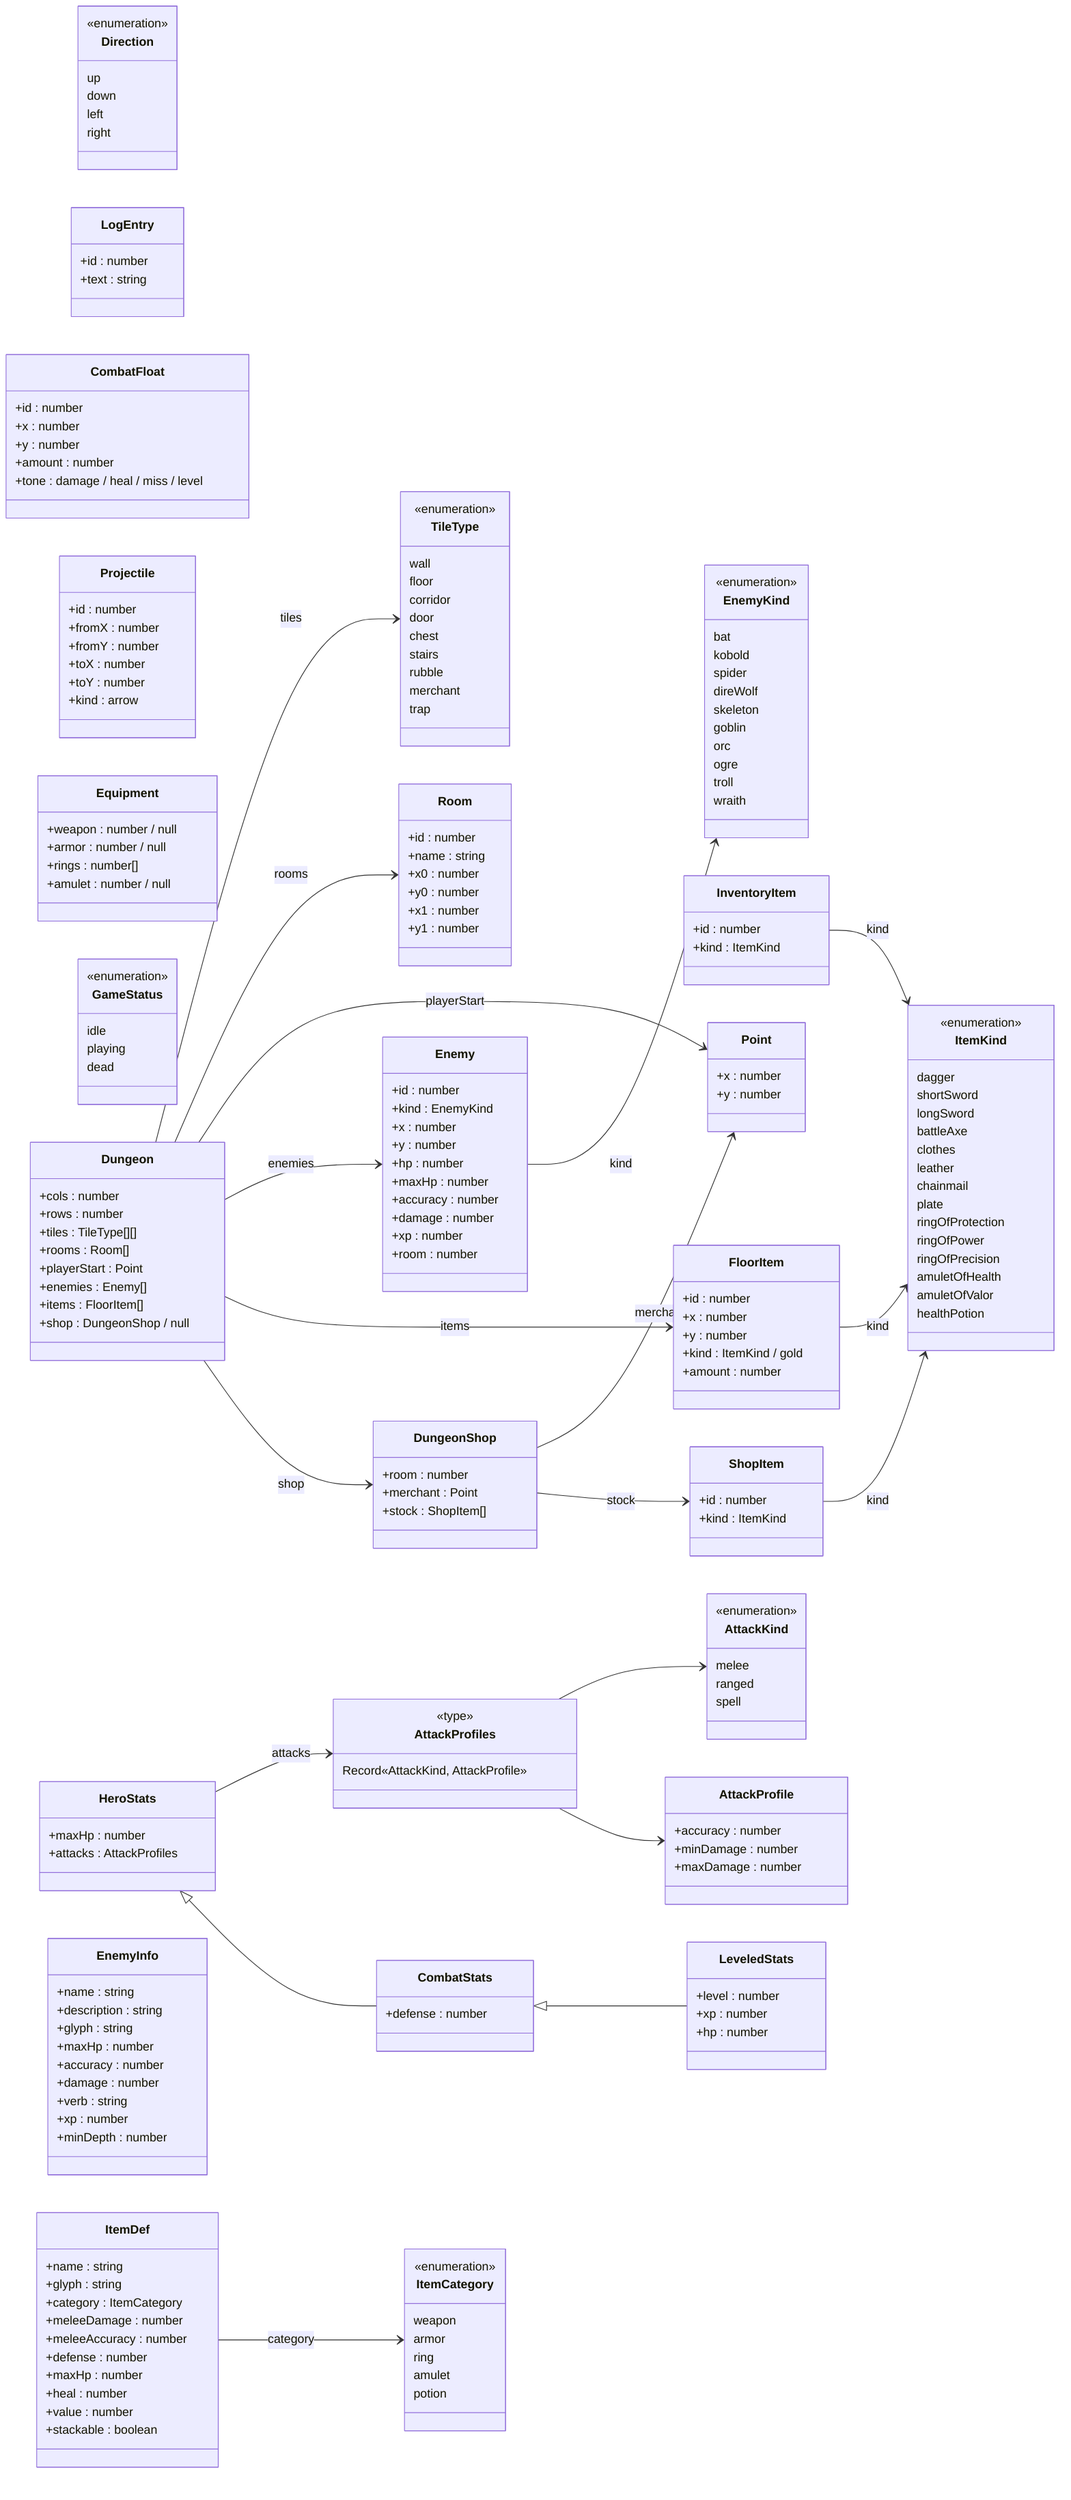
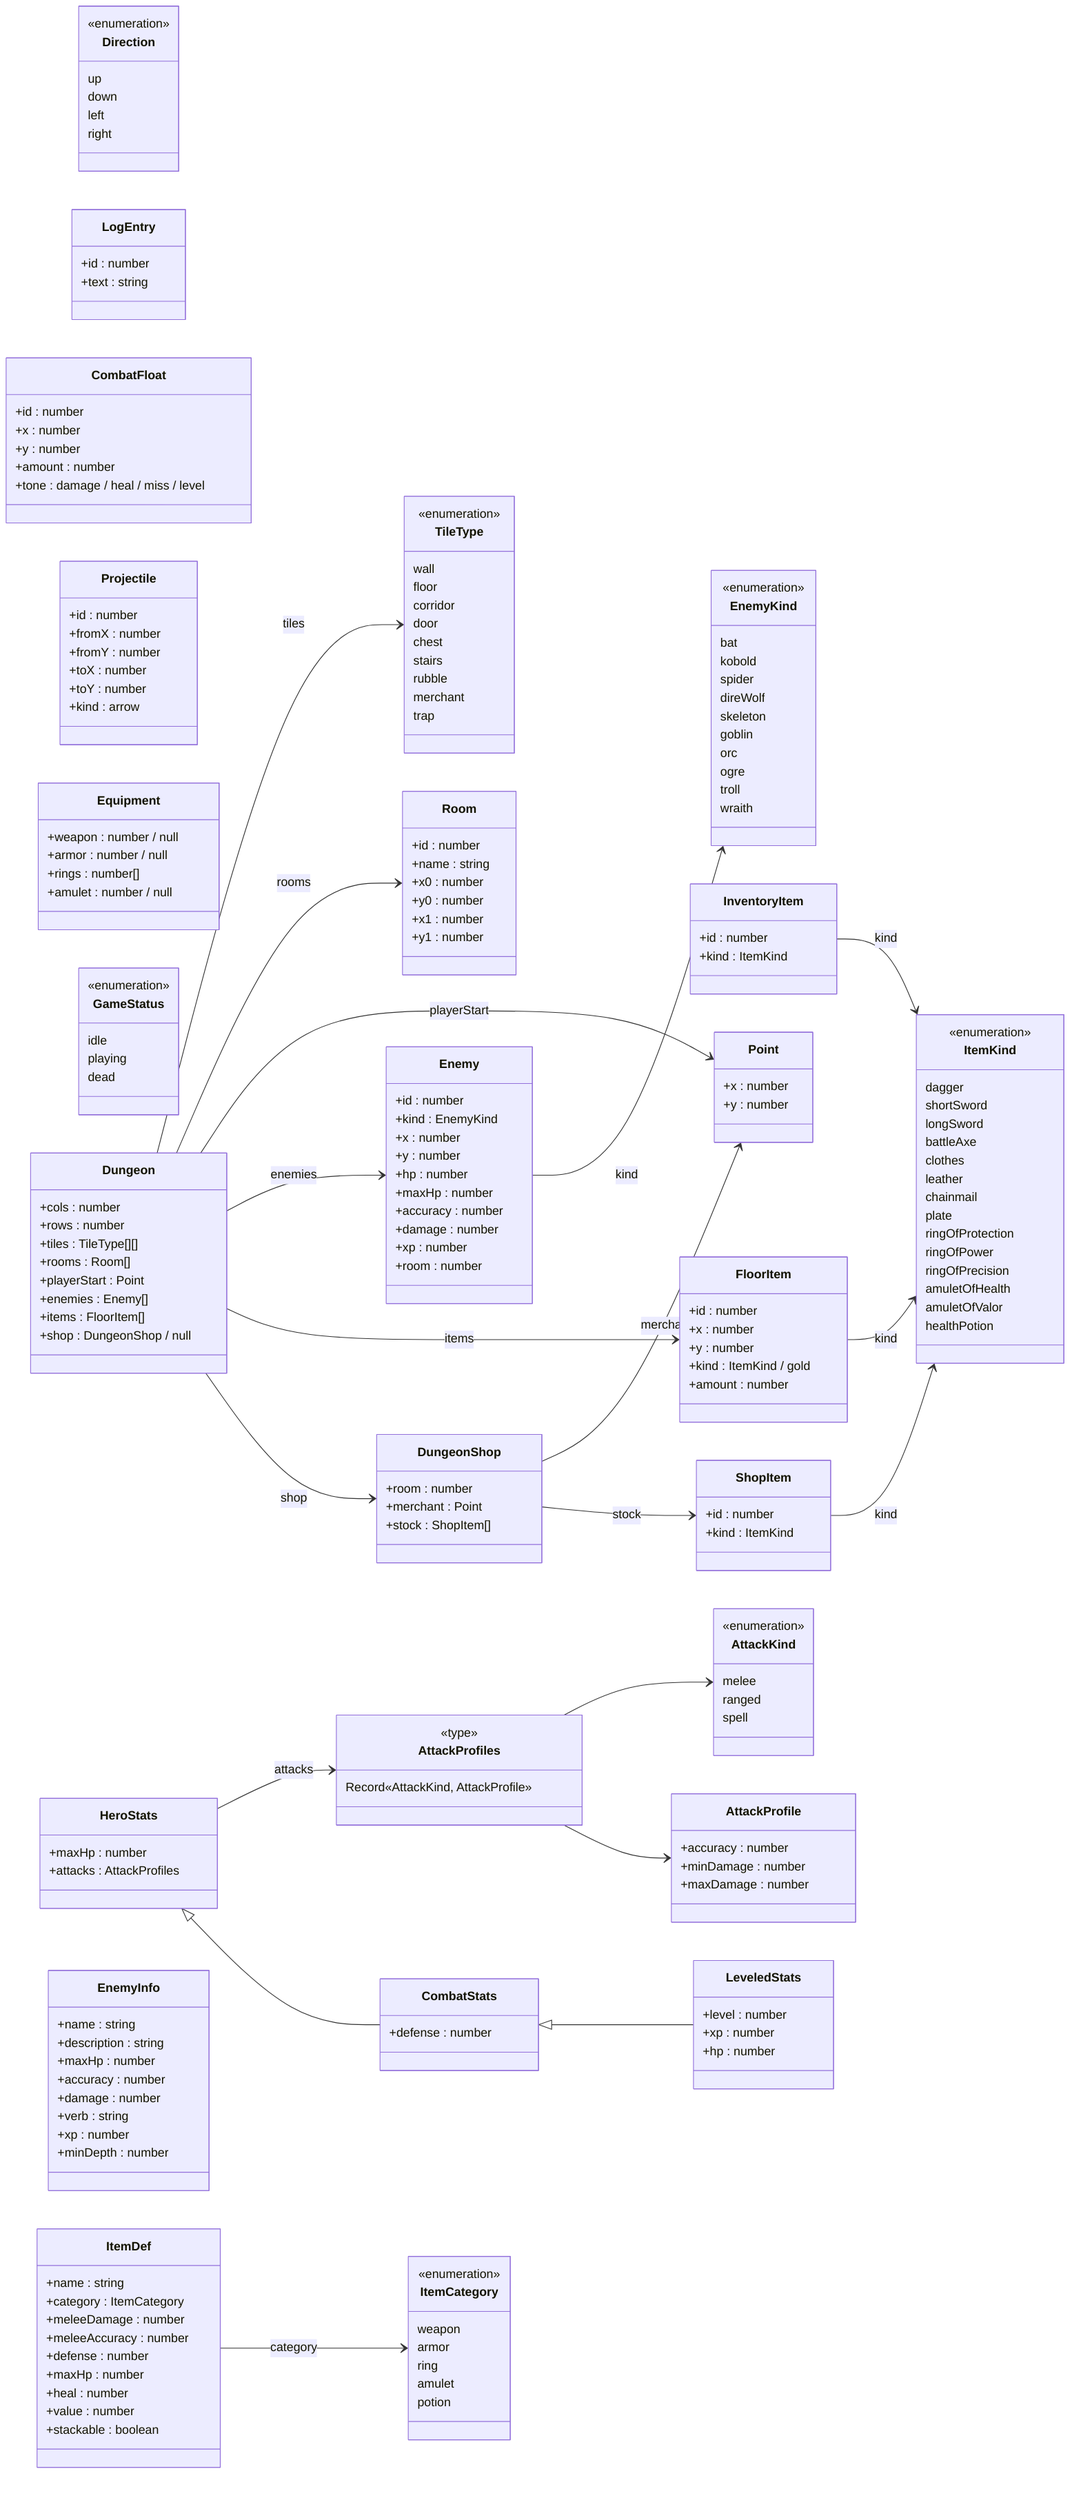
classDiagram
  direction LR
  class Point {
    +x : number
    +y : number
  }
  class Direction {
    <<enumeration>>
    up
    down
    left
    right
  }
  class TileType {
    <<enumeration>>
    wall
    floor
    corridor
    door
    chest
    stairs
    rubble
    merchant
    trap
  }
  class Room {
    +id : number
    +name : string
    +x0 : number
    +y0 : number
    +x1 : number
    +y1 : number
  }
  class LogEntry {
    +id : number
    +text : string
  }
  class CombatFloat {
    +id : number
    +x : number
    +y : number
    +amount : number
    +tone : damage / heal / miss / level
  }
  class Projectile {
    +id : number
    +fromX : number
    +fromY : number
    +toX : number
    +toY : number
    +kind : arrow
  }
  class InventoryItem {
    +id : number
    +kind : ItemKind
  }
  class FloorItem {
    +id : number
    +x : number
    +y : number
    +kind : ItemKind / gold
    +amount : number
  }
  class Equipment {
    +weapon : number / null
    +armor : number / null
    +rings : number[]
    +amulet : number / null
  }
  class AttackKind {
    <<enumeration>>
    melee
    ranged
    spell
  }
  class AttackProfile {
    +accuracy : number
    +minDamage : number
    +maxDamage : number
  }
  class AttackProfiles {
    <<type>>
    Record«AttackKind, AttackProfile»
  }
  class Enemy {
    +id : number
    +kind : EnemyKind
    +x : number
    +y : number
    +hp : number
    +maxHp : number
    +accuracy : number
    +damage : number
    +xp : number
    +room : number
  }
  class GameStatus {
    <<enumeration>>
    idle
    playing
    dead
  }
  class HeroStats {
    +maxHp : number
    +attacks : AttackProfiles
  }
  class CombatStats {
    +defense : number
  }
  class LeveledStats {
    +level : number
    +xp : number
    +hp : number
  }
  class Dungeon {
    +cols : number
    +rows : number
    +tiles : TileType[][]
    +rooms : Room[]
    +playerStart : Point
    +enemies : Enemy[]
    +items : FloorItem[]
    +shop : DungeonShop / null
  }
  class ShopItem {
    +id : number
    +kind : ItemKind
  }
  class DungeonShop {
    +room : number
    +merchant : Point
    +stock : ShopItem[]
  }
  class EnemyKind {
    <<enumeration>>
    bat
    kobold
    spider
    direWolf
    skeleton
    goblin
    orc
    ogre
    troll
    wraith
  }
  class EnemyInfo {
    +name : string
    +description : string
-     +glyph : string
    +maxHp : number
    +accuracy : number
    +damage : number
    +verb : string
    +xp : number
    +minDepth : number
  }
  class ItemCategory {
    <<enumeration>>
    weapon
    armor
    ring
    amulet
    potion
  }
  class ItemKind {
    <<enumeration>>
    dagger
    shortSword
    longSword
    battleAxe
    clothes
    leather
    chainmail
    plate
    ringOfProtection
    ringOfPower
    ringOfPrecision
    amuletOfHealth
    amuletOfValor
    healthPotion
  }
  class ItemDef {
    +name : string
-     +glyph : string
    +category : ItemCategory
    +meleeDamage : number
    +meleeAccuracy : number
    +defense : number
    +maxHp : number
    +heal : number
    +value : number
    +stackable : boolean
  }
  InventoryItem --> ItemKind : kind
  FloorItem --> ItemKind : kind
  AttackProfiles --> AttackKind
  AttackProfiles --> AttackProfile
  Enemy --> EnemyKind : kind
  HeroStats --> AttackProfiles : attacks
  HeroStats <|-- CombatStats
  CombatStats <|-- LeveledStats
  Dungeon --> TileType : tiles
  Dungeon --> Room : rooms
  Dungeon --> Point : playerStart
  Dungeon --> Enemy : enemies
  Dungeon --> FloorItem : items
  Dungeon --> DungeonShop : shop
  ShopItem --> ItemKind : kind
  DungeonShop --> Point : merchant
  DungeonShop --> ShopItem : stock
  ItemDef --> ItemCategory : category
